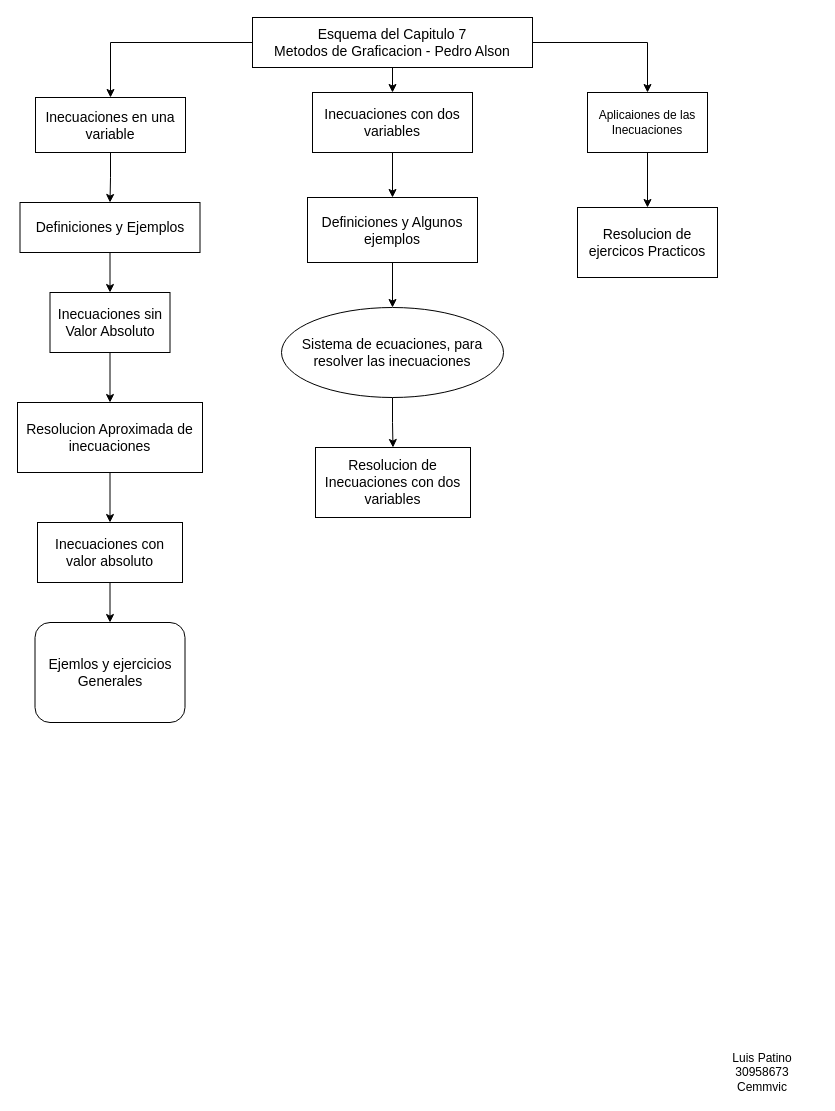
Earlier version of the draw.io diagram Untitled Diagram.drawio (LuisGP1316/project-Alpha01). Source tidied: cells renumbered, new cells numbered last; positions are measured from the earlier drawing's top-left corner, leaving out a move shared by most shapes. Both pictures are drawn from the tidied source at 100%, with x=0, y=0 at pixel (17, 17).
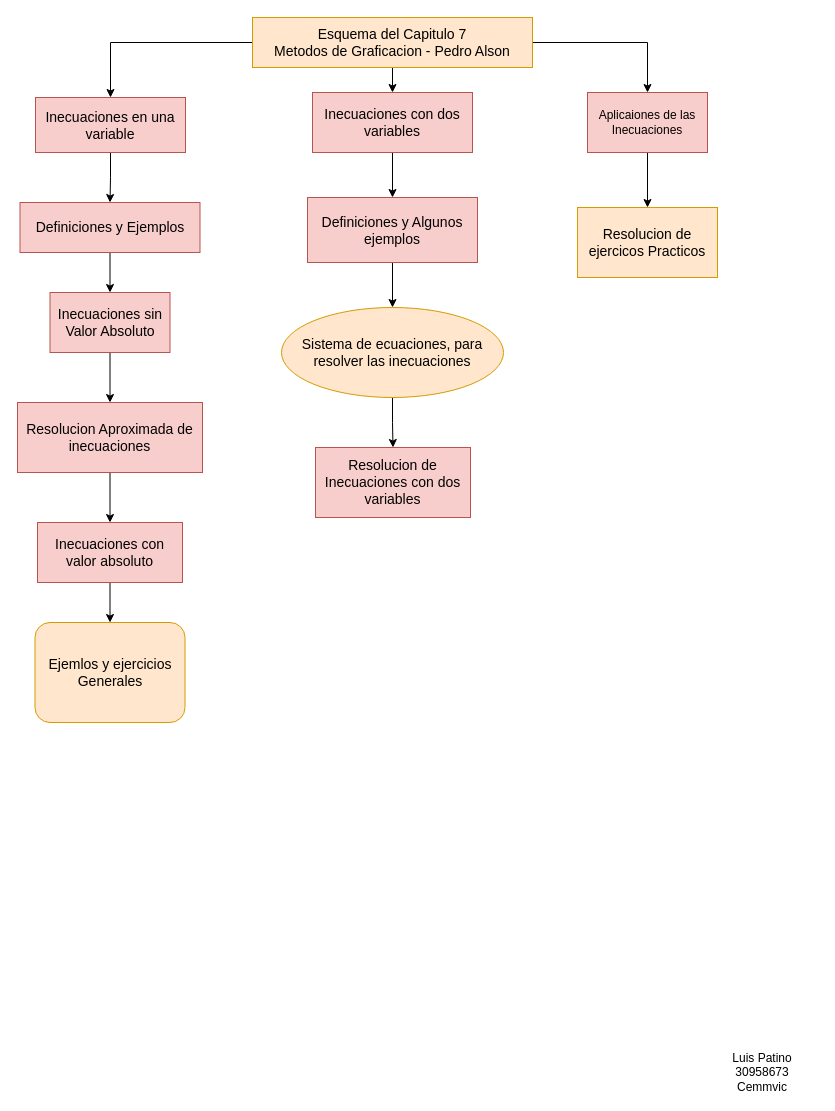
The same page after the edit.

The edit, as a diff of the source:
```diff
@@
-    <mxCell id="5" value="&lt;div&gt;&lt;font style=&quot;font-size: 14px;&quot;&gt;Esquema del Capitulo 7&lt;/font&gt;&lt;/div&gt;&lt;div&gt;&lt;font style=&quot;font-size: 14px;&quot;&gt;Metodos de Graficacion - Pedro Alson&lt;/font&gt;&lt;br&gt;&lt;/div&gt;" style="rounded=0;whiteSpace=wrap;html=1;" parent="1" vertex="1">
+    <mxCell id="5" value="&lt;div&gt;&lt;font style=&quot;font-size: 14px;&quot;&gt;Esquema del Capitulo 7&lt;/font&gt;&lt;/div&gt;&lt;div&gt;&lt;font style=&quot;font-size: 14px;&quot;&gt;Metodos de Graficacion - Pedro Alson&lt;/font&gt;&lt;br&gt;&lt;/div&gt;" style="rounded=0;whiteSpace=wrap;html=1;fillColor=#ffe6cc;strokeColor=#d79b00;" parent="1" vertex="1">
       <mxGeometry x="235" width="280" height="50" as="geometry" />
     </mxCell>
@@
-    <mxCell id="7" value="&lt;font style=&quot;font-size: 14px;&quot;&gt;Definiciones y Ejemplos&lt;/font&gt;" style="rounded=0;whiteSpace=wrap;html=1;" parent="1" vertex="1">
+    <mxCell id="7" value="&lt;font style=&quot;font-size: 14px;&quot;&gt;Definiciones y Ejemplos&lt;/font&gt;" style="rounded=0;whiteSpace=wrap;html=1;fillColor=#f8cecc;strokeColor=#b85450;" parent="1" vertex="1">
       <mxGeometry x="2.5" y="185" width="180" height="50" as="geometry" />
     </mxCell>
@@
-    <mxCell id="9" value="&lt;font style=&quot;font-size: 14px;&quot;&gt;Resolucion Aproximada de inecuaciones&lt;/font&gt;" style="rounded=0;whiteSpace=wrap;html=1;" parent="1" vertex="1">
+    <mxCell id="9" value="&lt;font style=&quot;font-size: 14px;&quot;&gt;Resolucion Aproximada de inecuaciones&lt;/font&gt;" style="rounded=0;whiteSpace=wrap;html=1;fillColor=#f8cecc;strokeColor=#b85450;" parent="1" vertex="1">
       <mxGeometry y="385" width="185" height="70" as="geometry" />
     </mxCell>
@@
-    <mxCell id="11" value="&lt;font style=&quot;font-size: 14px;&quot;&gt;Inecuaciones con valor absoluto&lt;/font&gt;" style="rounded=0;whiteSpace=wrap;html=1;" parent="1" vertex="1">
+    <mxCell id="11" value="&lt;font style=&quot;font-size: 14px;&quot;&gt;Inecuaciones con valor absoluto&lt;/font&gt;" style="rounded=0;whiteSpace=wrap;html=1;fillColor=#f8cecc;strokeColor=#b85450;" parent="1" vertex="1">
       <mxGeometry x="20" y="505" width="145" height="60" as="geometry" />
     </mxCell>
-    <mxCell id="12" value="&lt;font style=&quot;font-size: 14px;&quot;&gt;Ejemlos y ejercicios Generales&lt;/font&gt;" style="rounded=1;whiteSpace=wrap;html=1;" parent="1" vertex="1">
+    <mxCell id="12" value="&lt;font style=&quot;font-size: 14px;&quot;&gt;Ejemlos y ejercicios Generales&lt;/font&gt;" style="rounded=1;whiteSpace=wrap;html=1;fillColor=#ffe6cc;strokeColor=#d79b00;" parent="1" vertex="1">
       <mxGeometry x="17.5" y="605" width="150" height="100" as="geometry" />
     </mxCell>
@@
-    <mxCell id="14" value="&lt;font style=&quot;font-size: 14px;&quot;&gt;Inecuaciones con dos variables&lt;/font&gt;" style="rounded=0;whiteSpace=wrap;html=1;" parent="1" vertex="1">
+    <mxCell id="14" value="&lt;font style=&quot;font-size: 14px;&quot;&gt;Inecuaciones con dos variables&lt;/font&gt;" style="rounded=0;whiteSpace=wrap;html=1;fillColor=#f8cecc;strokeColor=#b85450;" parent="1" vertex="1">
       <mxGeometry x="295" y="75" width="160" height="60" as="geometry" />
     </mxCell>
@@
-    <mxCell id="16" value="&lt;font style=&quot;font-size: 14px;&quot;&gt;Definiciones y Algunos ejemplos&lt;/font&gt;" style="rounded=0;whiteSpace=wrap;html=1;" parent="1" vertex="1">
+    <mxCell id="16" value="&lt;font style=&quot;font-size: 14px;&quot;&gt;Definiciones y Algunos ejemplos&lt;/font&gt;" style="rounded=0;whiteSpace=wrap;html=1;fillColor=#f8cecc;strokeColor=#b85450;" parent="1" vertex="1">
       <mxGeometry x="290" y="180" width="170" height="65" as="geometry" />
     </mxCell>
@@
-    <mxCell id="18" value="&lt;font style=&quot;font-size: 14px;&quot;&gt;Sistema de ecuaciones, para resolver las inecuaciones&lt;/font&gt;" style="ellipse;whiteSpace=wrap;html=1;" parent="1" vertex="1">
+    <mxCell id="18" value="&lt;font style=&quot;font-size: 14px;&quot;&gt;Sistema de ecuaciones, para resolver las inecuaciones&lt;/font&gt;" style="ellipse;whiteSpace=wrap;html=1;fillColor=#ffe6cc;strokeColor=#d79b00;" parent="1" vertex="1">
       <mxGeometry x="264" y="290" width="222" height="90" as="geometry" />
     </mxCell>
-    <mxCell id="19" value="&lt;font style=&quot;font-size: 14px;&quot;&gt;Resolucion de Inecuaciones con dos variables&lt;/font&gt;" style="rounded=0;whiteSpace=wrap;html=1;" parent="1" vertex="1">
+    <mxCell id="19" value="&lt;font style=&quot;font-size: 14px;&quot;&gt;Resolucion de Inecuaciones con dos variables&lt;/font&gt;" style="rounded=0;whiteSpace=wrap;html=1;fillColor=#f8cecc;strokeColor=#b85450;" parent="1" vertex="1">
       <mxGeometry x="298" y="430" width="155" height="70" as="geometry" />
     </mxCell>
@@
-    <mxCell id="21" value="Aplicaiones de las Inecuaciones" style="rounded=0;whiteSpace=wrap;html=1;" parent="1" vertex="1">
+    <mxCell id="21" value="Aplicaiones de las Inecuaciones" style="rounded=0;whiteSpace=wrap;html=1;fillColor=#f8cecc;strokeColor=#b85450;" parent="1" vertex="1">
       <mxGeometry x="570" y="75" width="120" height="60" as="geometry" />
     </mxCell>
@@
-    <mxCell id="23" value="&lt;font style=&quot;font-size: 14px;&quot;&gt;Inecuaciones sin Valor Absoluto&lt;/font&gt;" style="rounded=0;whiteSpace=wrap;html=1;" parent="1" vertex="1">
+    <mxCell id="23" value="&lt;font style=&quot;font-size: 14px;&quot;&gt;Inecuaciones sin Valor Absoluto&lt;/font&gt;" style="rounded=0;whiteSpace=wrap;html=1;fillColor=#f8cecc;strokeColor=#b85450;" parent="1" vertex="1">
       <mxGeometry x="32.5" y="275" width="120" height="60" as="geometry" />
     </mxCell>
-    <mxCell id="24" value="&lt;font style=&quot;font-size: 14px;&quot;&gt;Resolucion de ejercicos Practicos&lt;/font&gt;" style="rounded=0;whiteSpace=wrap;html=1;" parent="1" vertex="1">
+    <mxCell id="24" value="&lt;font style=&quot;font-size: 14px;&quot;&gt;Resolucion de ejercicos Practicos&lt;/font&gt;" style="rounded=0;whiteSpace=wrap;html=1;fillColor=#ffe6cc;strokeColor=#d79b00;" parent="1" vertex="1">
       <mxGeometry x="560" y="190" width="140" height="70" as="geometry" />
     </mxCell>
@@
-    <mxCell id="26" value="&lt;font style=&quot;font-size: 14px;&quot;&gt;Inecuaciones en una variable&lt;/font&gt;" style="rounded=0;whiteSpace=wrap;html=1;" parent="1" vertex="1">
+    <mxCell id="26" value="&lt;font style=&quot;font-size: 14px;&quot;&gt;Inecuaciones en una variable&lt;/font&gt;" style="rounded=0;whiteSpace=wrap;html=1;fillColor=#f8cecc;strokeColor=#b85450;" parent="1" vertex="1">
       <mxGeometry x="18" y="80" width="150" height="55" as="geometry" />
     </mxCell>
```
